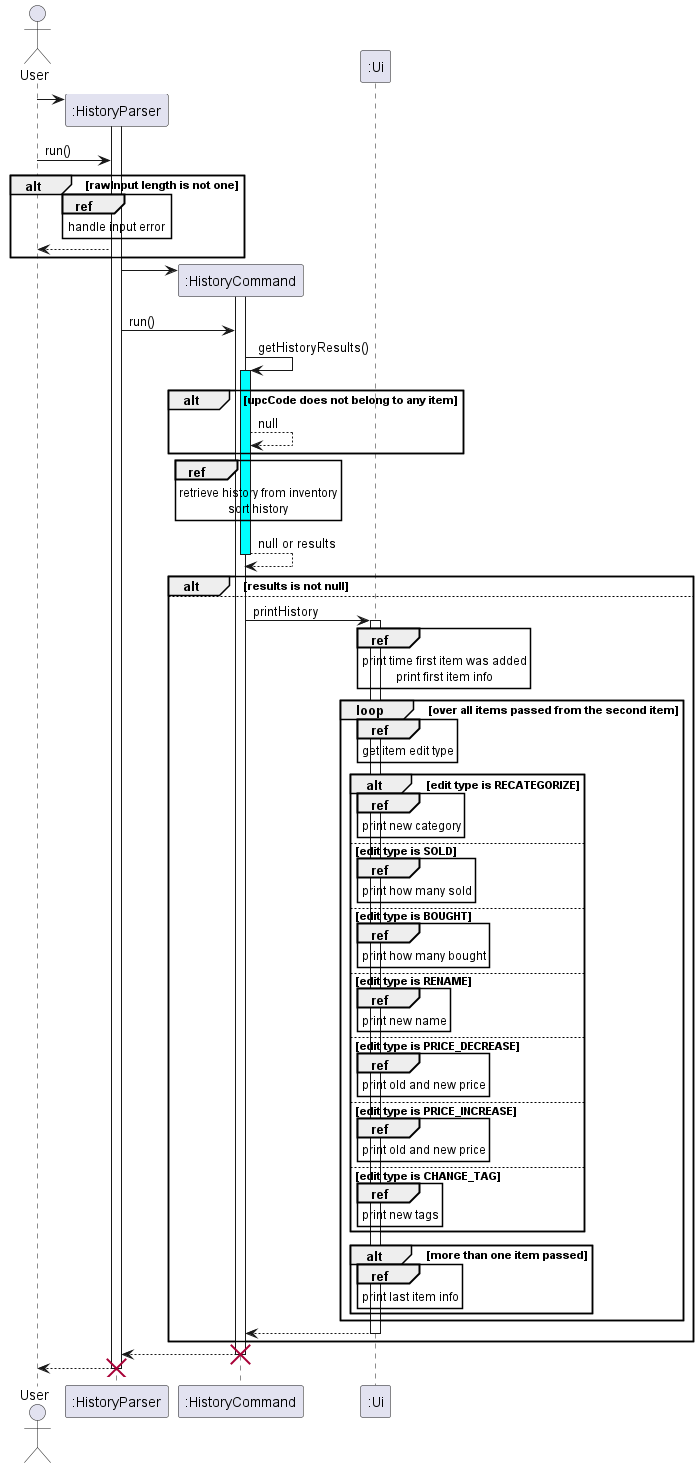
The PlantUML diagram docs/UML/History/HistoryParser.png in nus-cs2113-AY2223S2/tp, before a commit.
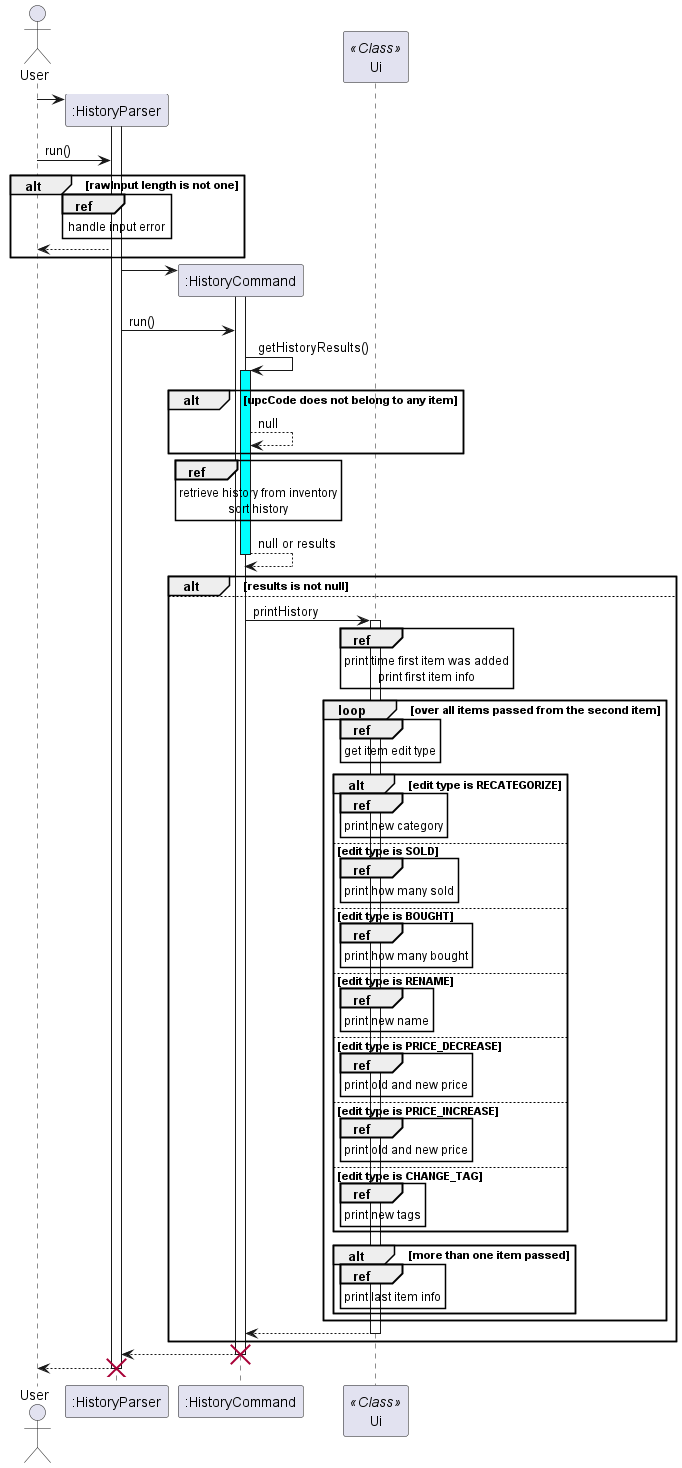
Later version of the same file.

Diff of the diagram source:
```diff
@@ -23,50 +23,50 @@
     sort history
 end ref
 return null or results
-participant ":Ui"
+participant "Ui" << Class >>
 alt results is not null
 else
-":HistoryCommand" -> ":Ui": printHistory
-activate ":Ui"
-ref over ":Ui"
+":HistoryCommand" -> "Ui": printHistory
+activate "Ui"
+ref over "Ui"
     print time first item was added
     print first item info
 end ref
 loop over all items passed from the second item
-    ref over ":Ui"
+    ref over "Ui"
         get item edit type
     end ref
     alt edit type is RECATEGORIZE
-        ref over ":Ui"
+        ref over "Ui"
             print new category
         end ref
     else edit type is SOLD
-        ref over ":Ui"
+        ref over "Ui"
             print how many sold
         end ref
     else edit type is BOUGHT
-        ref over ":Ui"
+        ref over "Ui"
             print how many bought
         end ref
     else edit type is RENAME
-        ref over ":Ui"
+        ref over "Ui"
             print new name
         end ref
     else edit type is PRICE_DECREASE
-        ref over ":Ui"
+        ref over "Ui"
             print old and new price
         end ref
     else edit type is PRICE_INCREASE
-        ref over ":Ui"
+        ref over "Ui"
             print old and new price
         end ref
     else edit type is CHANGE_TAG
-        ref over ":Ui"
+        ref over "Ui"
             print new tags
         end ref
     end
     alt more than one item passed
-        ref over ":Ui"
+        ref over "Ui"
             print last item info
         end ref
     end
```
